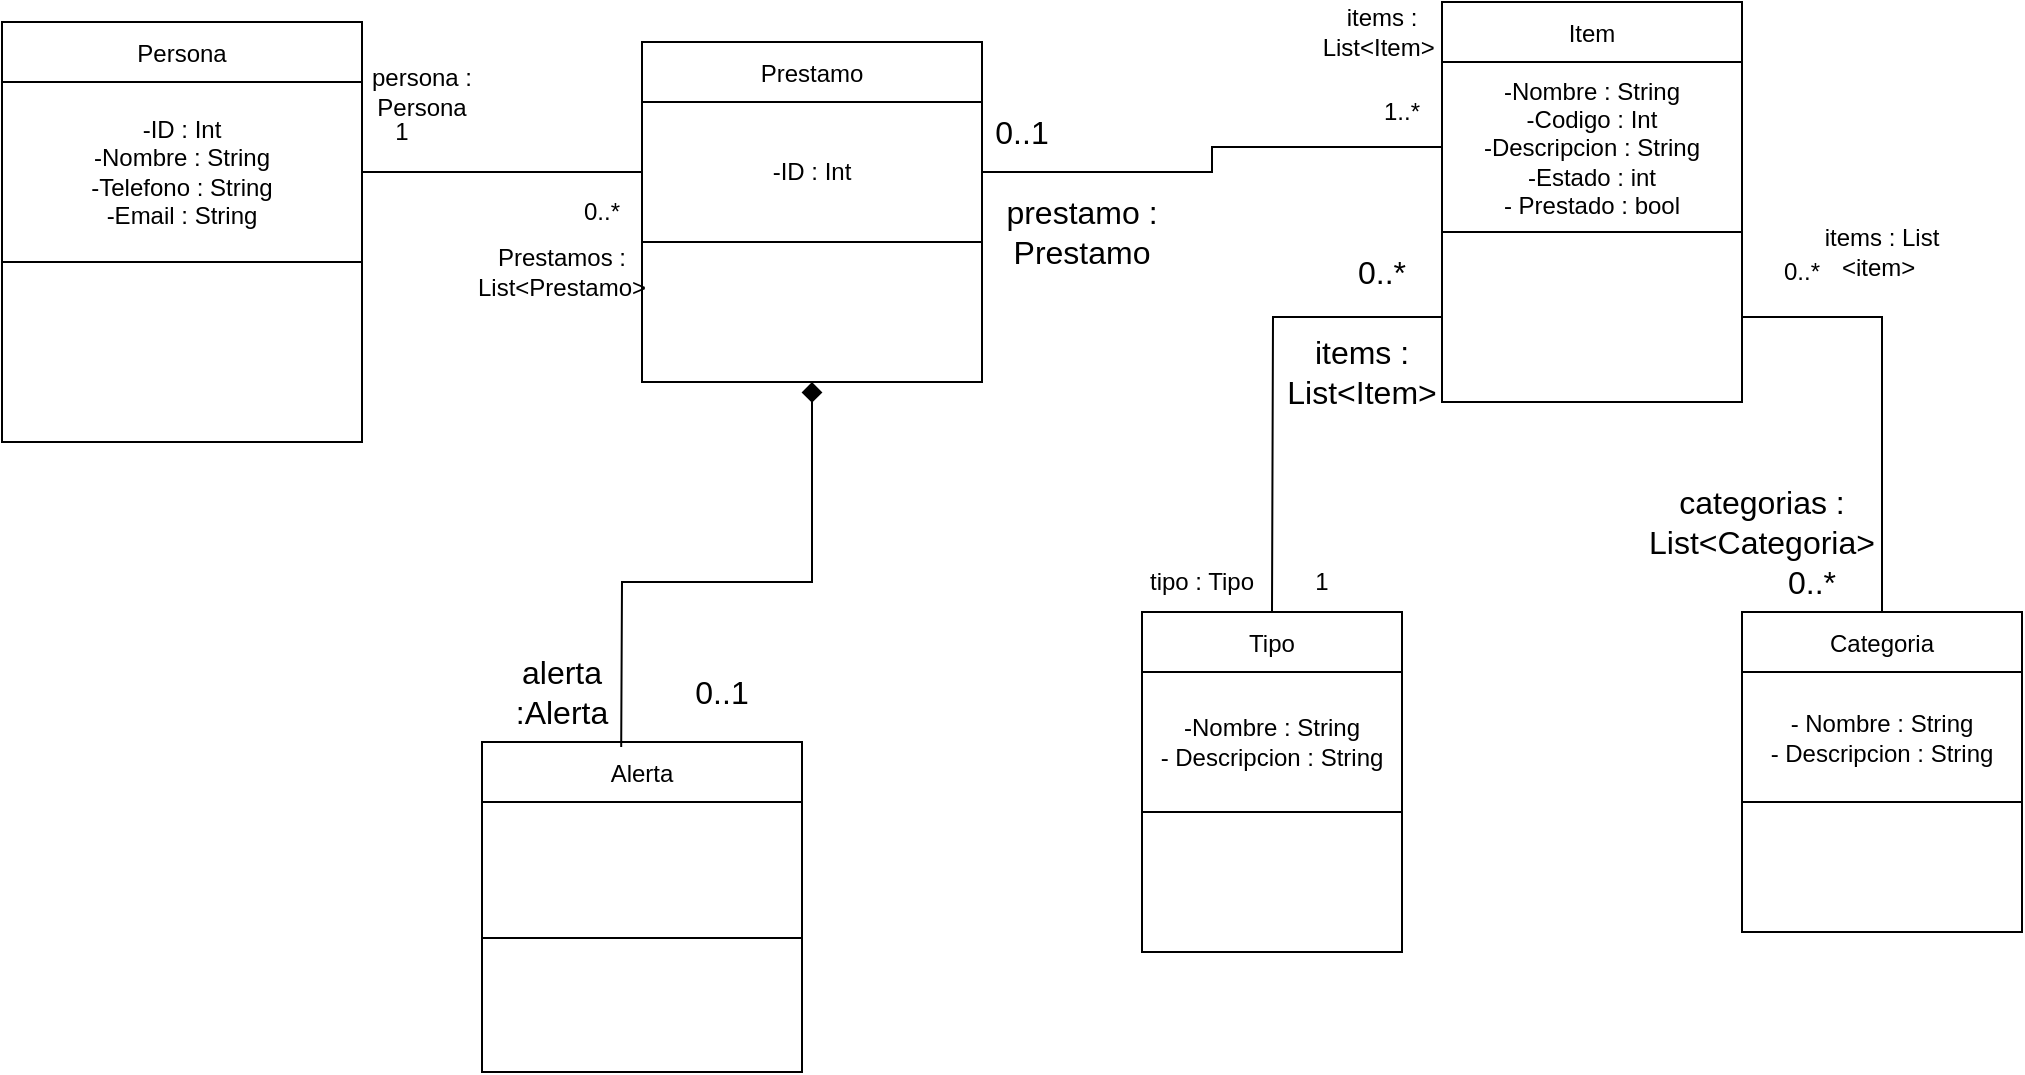
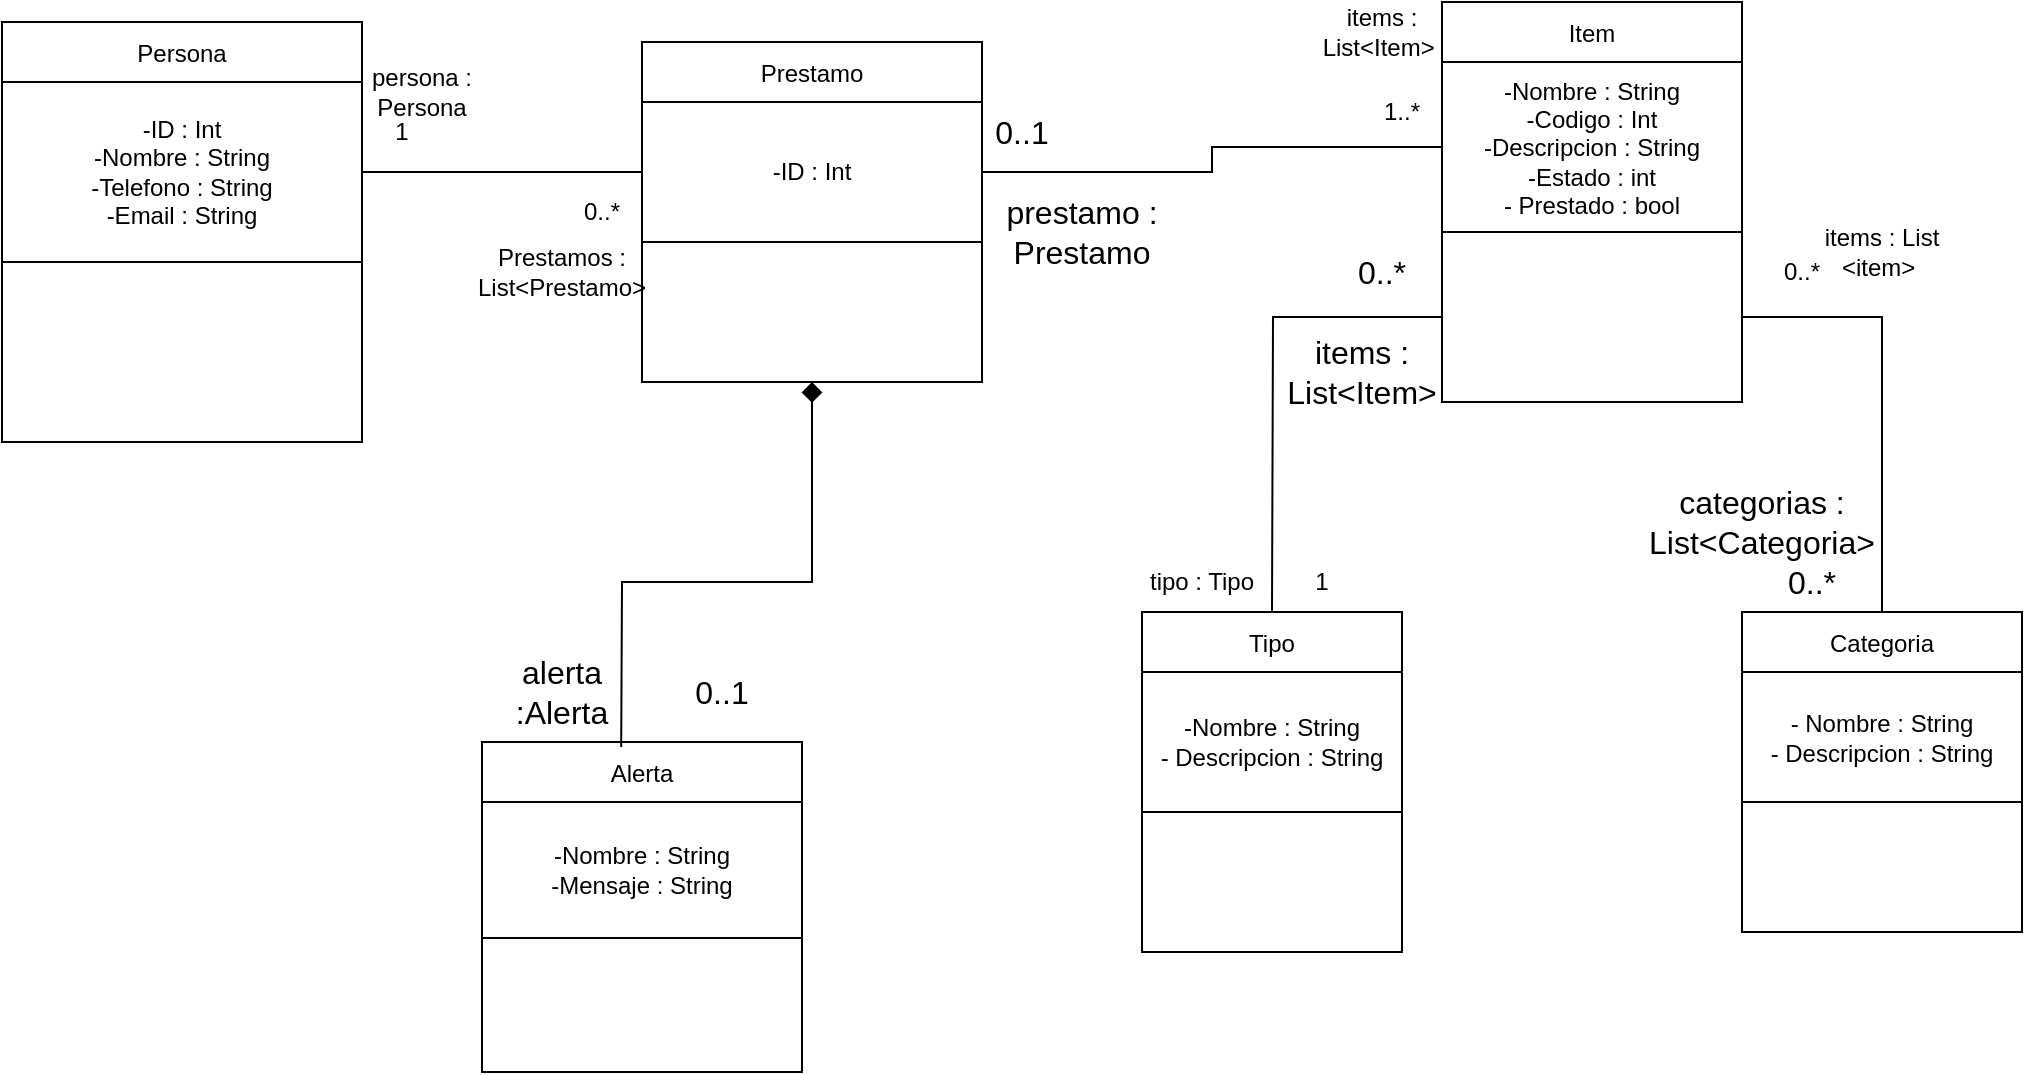
<mxfile host="app.diagrams.net">
  <diagram name="Página-1" id="gEKF-afSuJBGgSwqPxjD">
-     <mxGraphModel dx="873" dy="748" grid="1" gridSize="10" guides="1" tooltips="1" connect="1" arrows="1" fold="1" page="1" pageScale="1" pageWidth="827" pageHeight="1169" math="0" shadow="0">
+     <mxGraphModel dx="1037" dy="571" grid="1" gridSize="10" guides="1" tooltips="1" connect="1" arrows="1" fold="1" page="1" pageScale="1" pageWidth="827" pageHeight="1169" math="0" shadow="0">
      <root>
        <mxCell id="0" />
        <mxCell id="1" parent="0" />
        <mxCell id="4vyR8nRWui6VSePEdvpd-1" parent="1" style="shape=table;startSize=30;container=1;collapsible=0;childLayout=tableLayout;fixedHeader=1;" value="Item" vertex="1">
          <mxGeometry height="200" width="150" x="740" y="30" as="geometry" />
        </mxCell>
        <mxCell id="4vyR8nRWui6VSePEdvpd-2" parent="4vyR8nRWui6VSePEdvpd-1" style="shape=tableRow;horizontal=0;startSize=0;swimlaneHead=0;swimlaneBody=0;strokeColor=inherit;top=0;left=0;bottom=0;right=0;collapsible=0;dropTarget=0;fillColor=none;points=[[0,0.5],[1,0.5]];portConstraint=eastwest;fixedHeader=1;" value="" vertex="1">
          <mxGeometry height="85" width="150" y="30" as="geometry" />
        </mxCell>
        <mxCell id="4vyR8nRWui6VSePEdvpd-3" parent="4vyR8nRWui6VSePEdvpd-2" style="shape=partialRectangle;html=1;whiteSpace=wrap;connectable=0;strokeColor=inherit;overflow=hidden;fillColor=none;top=0;left=0;bottom=0;right=0;pointerEvents=1;" value="-Nombre : String&lt;div&gt;-Codigo : Int&lt;/div&gt;&lt;div&gt;-Descripcion : String&lt;br&gt;-Estado : int&lt;br&gt;- Prestado : bool&lt;/div&gt;" vertex="1">
          <mxGeometry height="85" width="150" as="geometry">
            <mxRectangle height="85" width="150" as="alternateBounds" />
          </mxGeometry>
        </mxCell>
        <mxCell id="4vyR8nRWui6VSePEdvpd-4" parent="4vyR8nRWui6VSePEdvpd-1" style="shape=tableRow;horizontal=0;startSize=0;swimlaneHead=0;swimlaneBody=0;strokeColor=inherit;top=0;left=0;bottom=0;right=0;collapsible=0;dropTarget=0;fillColor=none;points=[[0,0.5],[1,0.5]];portConstraint=eastwest;fixedHeader=1;" value="" vertex="1">
          <mxGeometry height="85" width="150" y="115" as="geometry" />
        </mxCell>
        <mxCell id="4vyR8nRWui6VSePEdvpd-5" parent="4vyR8nRWui6VSePEdvpd-4" style="shape=partialRectangle;html=1;whiteSpace=wrap;connectable=0;strokeColor=inherit;overflow=hidden;fillColor=none;top=0;left=0;bottom=0;right=0;pointerEvents=1;" value="" vertex="1">
          <mxGeometry height="85" width="150" as="geometry">
            <mxRectangle height="85" width="150" as="alternateBounds" />
          </mxGeometry>
        </mxCell>
        <mxCell id="4vyR8nRWui6VSePEdvpd-6" parent="1" style="shape=table;startSize=30;container=1;collapsible=0;childLayout=tableLayout;fixedHeader=1;" value="Persona" vertex="1">
          <mxGeometry height="210" width="180" x="20" y="40" as="geometry" />
        </mxCell>
        <mxCell id="4vyR8nRWui6VSePEdvpd-7" parent="4vyR8nRWui6VSePEdvpd-6" style="shape=tableRow;horizontal=0;startSize=0;swimlaneHead=0;swimlaneBody=0;strokeColor=inherit;top=0;left=0;bottom=0;right=0;collapsible=0;dropTarget=0;fillColor=none;points=[[0,0.5],[1,0.5]];portConstraint=eastwest;fixedHeader=1;" value="" vertex="1">
          <mxGeometry height="90" width="180" y="30" as="geometry" />
        </mxCell>
        <mxCell id="4vyR8nRWui6VSePEdvpd-8" parent="4vyR8nRWui6VSePEdvpd-7" style="shape=partialRectangle;html=1;whiteSpace=wrap;connectable=0;strokeColor=inherit;overflow=hidden;fillColor=none;top=0;left=0;bottom=0;right=0;pointerEvents=1;" value="-ID : Int&lt;div&gt;-Nombre : String&lt;br&gt;-Telefono : String&lt;br&gt;-Email : String&lt;/div&gt;" vertex="1">
          <mxGeometry height="90" width="180" as="geometry">
            <mxRectangle height="90" width="180" as="alternateBounds" />
          </mxGeometry>
        </mxCell>
        <mxCell id="4vyR8nRWui6VSePEdvpd-9" parent="4vyR8nRWui6VSePEdvpd-6" style="shape=tableRow;horizontal=0;startSize=0;swimlaneHead=0;swimlaneBody=0;strokeColor=inherit;top=0;left=0;bottom=0;right=0;collapsible=0;dropTarget=0;fillColor=none;points=[[0,0.5],[1,0.5]];portConstraint=eastwest;fixedHeader=1;" value="" vertex="1">
          <mxGeometry height="90" width="180" y="120" as="geometry" />
        </mxCell>
        <mxCell id="4vyR8nRWui6VSePEdvpd-10" parent="4vyR8nRWui6VSePEdvpd-9" style="shape=partialRectangle;html=1;whiteSpace=wrap;connectable=0;strokeColor=inherit;overflow=hidden;fillColor=none;top=0;left=0;bottom=0;right=0;pointerEvents=1;" value="" vertex="1">
          <mxGeometry height="90" width="180" as="geometry">
            <mxRectangle height="90" width="180" as="alternateBounds" />
          </mxGeometry>
        </mxCell>
        <mxCell id="4vyR8nRWui6VSePEdvpd-11" parent="1" style="shape=table;startSize=30;container=1;collapsible=0;childLayout=tableLayout;fixedHeader=1;" value="Tipo" vertex="1">
          <mxGeometry height="170" width="130" x="590" y="335" as="geometry" />
        </mxCell>
        <mxCell id="4vyR8nRWui6VSePEdvpd-12" parent="4vyR8nRWui6VSePEdvpd-11" style="shape=tableRow;horizontal=0;startSize=0;swimlaneHead=0;swimlaneBody=0;strokeColor=inherit;top=0;left=0;bottom=0;right=0;collapsible=0;dropTarget=0;fillColor=none;points=[[0,0.5],[1,0.5]];portConstraint=eastwest;fixedHeader=1;" value="" vertex="1">
          <mxGeometry height="70" width="130" y="30" as="geometry" />
        </mxCell>
        <mxCell id="4vyR8nRWui6VSePEdvpd-13" parent="4vyR8nRWui6VSePEdvpd-12" style="shape=partialRectangle;html=1;whiteSpace=wrap;connectable=0;strokeColor=inherit;overflow=hidden;fillColor=none;top=0;left=0;bottom=0;right=0;pointerEvents=1;" value="-Nombre : String&lt;br&gt;- Descripcion : String" vertex="1">
          <mxGeometry height="70" width="130" as="geometry">
            <mxRectangle height="70" width="130" as="alternateBounds" />
          </mxGeometry>
        </mxCell>
        <mxCell id="4vyR8nRWui6VSePEdvpd-14" parent="4vyR8nRWui6VSePEdvpd-11" style="shape=tableRow;horizontal=0;startSize=0;swimlaneHead=0;swimlaneBody=0;strokeColor=inherit;top=0;left=0;bottom=0;right=0;collapsible=0;dropTarget=0;fillColor=none;points=[[0,0.5],[1,0.5]];portConstraint=eastwest;fixedHeader=1;" value="" vertex="1">
          <mxGeometry height="70" width="130" y="100" as="geometry" />
        </mxCell>
        <mxCell id="4vyR8nRWui6VSePEdvpd-15" parent="4vyR8nRWui6VSePEdvpd-14" style="shape=partialRectangle;html=1;whiteSpace=wrap;connectable=0;strokeColor=inherit;overflow=hidden;fillColor=none;top=0;left=0;bottom=0;right=0;pointerEvents=1;" value="" vertex="1">
          <mxGeometry height="70" width="130" as="geometry">
            <mxRectangle height="70" width="130" as="alternateBounds" />
          </mxGeometry>
        </mxCell>
        <mxCell id="yxXcuck7RKNR2Met1NWS-10" edge="1" parent="1" source="4vyR8nRWui6VSePEdvpd-16" style="edgeStyle=orthogonalEdgeStyle;rounded=0;orthogonalLoop=1;jettySize=auto;html=1;entryX=1;entryY=0.5;entryDx=0;entryDy=0;endArrow=none;endFill=0;" target="4vyR8nRWui6VSePEdvpd-4">
          <mxGeometry relative="1" as="geometry">
            <mxPoint x="820" y="210" as="targetPoint" />
          </mxGeometry>
        </mxCell>
        <mxCell id="4vyR8nRWui6VSePEdvpd-16" parent="1" style="shape=table;startSize=30;container=1;collapsible=0;childLayout=tableLayout;fixedHeader=1;" value="Categoria" vertex="1">
          <mxGeometry height="160" width="140" x="890" y="335" as="geometry" />
        </mxCell>
        <mxCell id="4vyR8nRWui6VSePEdvpd-17" parent="4vyR8nRWui6VSePEdvpd-16" style="shape=tableRow;horizontal=0;startSize=0;swimlaneHead=0;swimlaneBody=0;strokeColor=inherit;top=0;left=0;bottom=0;right=0;collapsible=0;dropTarget=0;fillColor=none;points=[[0,0.5],[1,0.5]];portConstraint=eastwest;fixedHeader=1;" value="" vertex="1">
          <mxGeometry height="65" width="140" y="30" as="geometry" />
        </mxCell>
        <mxCell id="4vyR8nRWui6VSePEdvpd-18" parent="4vyR8nRWui6VSePEdvpd-17" style="shape=partialRectangle;html=1;whiteSpace=wrap;connectable=0;strokeColor=inherit;overflow=hidden;fillColor=none;top=0;left=0;bottom=0;right=0;pointerEvents=1;" value="- Nombre : String&lt;br&gt;- Descripcion : String" vertex="1">
          <mxGeometry height="65" width="140" as="geometry">
            <mxRectangle height="65" width="140" as="alternateBounds" />
          </mxGeometry>
        </mxCell>
        <mxCell id="4vyR8nRWui6VSePEdvpd-19" parent="4vyR8nRWui6VSePEdvpd-16" style="shape=tableRow;horizontal=0;startSize=0;swimlaneHead=0;swimlaneBody=0;strokeColor=inherit;top=0;left=0;bottom=0;right=0;collapsible=0;dropTarget=0;fillColor=none;points=[[0,0.5],[1,0.5]];portConstraint=eastwest;fixedHeader=1;" value="" vertex="1">
          <mxGeometry height="65" width="140" y="95" as="geometry" />
        </mxCell>
        <mxCell id="4vyR8nRWui6VSePEdvpd-20" parent="4vyR8nRWui6VSePEdvpd-19" style="shape=partialRectangle;html=1;whiteSpace=wrap;connectable=0;strokeColor=inherit;overflow=hidden;fillColor=none;top=0;left=0;bottom=0;right=0;pointerEvents=1;" value="" vertex="1">
          <mxGeometry height="65" width="140" as="geometry">
            <mxRectangle height="65" width="140" as="alternateBounds" />
          </mxGeometry>
        </mxCell>
        <mxCell id="4vyR8nRWui6VSePEdvpd-21" parent="1" style="shape=table;startSize=30;container=1;collapsible=0;childLayout=tableLayout;fixedHeader=1;" value="Prestamo" vertex="1">
          <mxGeometry height="170" width="170" x="340" y="50" as="geometry" />
        </mxCell>
        <mxCell id="4vyR8nRWui6VSePEdvpd-22" parent="4vyR8nRWui6VSePEdvpd-21" style="shape=tableRow;horizontal=0;startSize=0;swimlaneHead=0;swimlaneBody=0;strokeColor=inherit;top=0;left=0;bottom=0;right=0;collapsible=0;dropTarget=0;fillColor=none;points=[[0,0.5],[1,0.5]];portConstraint=eastwest;fixedHeader=1;" value="" vertex="1">
          <mxGeometry height="70" width="170" y="30" as="geometry" />
        </mxCell>
        <mxCell id="4vyR8nRWui6VSePEdvpd-23" parent="4vyR8nRWui6VSePEdvpd-22" style="shape=partialRectangle;html=1;whiteSpace=wrap;connectable=0;strokeColor=inherit;overflow=hidden;fillColor=none;top=0;left=0;bottom=0;right=0;pointerEvents=1;" value="-ID : Int" vertex="1">
          <mxGeometry height="70" width="170" as="geometry">
            <mxRectangle height="70" width="170" as="alternateBounds" />
          </mxGeometry>
        </mxCell>
        <mxCell id="4vyR8nRWui6VSePEdvpd-24" parent="4vyR8nRWui6VSePEdvpd-21" style="shape=tableRow;horizontal=0;startSize=0;swimlaneHead=0;swimlaneBody=0;strokeColor=inherit;top=0;left=0;bottom=0;right=0;collapsible=0;dropTarget=0;fillColor=none;points=[[0,0.5],[1,0.5]];portConstraint=eastwest;fixedHeader=1;" value="" vertex="1">
          <mxGeometry height="70" width="170" y="100" as="geometry" />
        </mxCell>
        <mxCell id="4vyR8nRWui6VSePEdvpd-25" parent="4vyR8nRWui6VSePEdvpd-24" style="shape=partialRectangle;html=1;whiteSpace=wrap;connectable=0;strokeColor=inherit;overflow=hidden;fillColor=none;top=0;left=0;bottom=0;right=0;pointerEvents=1;" value="" vertex="1">
          <mxGeometry height="70" width="170" as="geometry">
            <mxRectangle height="70" width="170" as="alternateBounds" />
          </mxGeometry>
        </mxCell>
        <mxCell id="yxXcuck7RKNR2Met1NWS-1" edge="1" parent="1" source="4vyR8nRWui6VSePEdvpd-22" style="edgeStyle=orthogonalEdgeStyle;rounded=0;orthogonalLoop=1;jettySize=auto;html=1;entryX=1;entryY=0.5;entryDx=0;entryDy=0;startArrow=none;startFill=0;endArrow=none;endFill=0;" target="4vyR8nRWui6VSePEdvpd-7">
          <mxGeometry relative="1" as="geometry" />
        </mxCell>
        <mxCell id="yxXcuck7RKNR2Met1NWS-2" parent="1" style="text;html=1;whiteSpace=wrap;strokeColor=none;fillColor=none;align=center;verticalAlign=middle;rounded=0;" value="persona : Persona" vertex="1">
          <mxGeometry height="30" width="60" x="200" y="60" as="geometry" />
        </mxCell>
        <mxCell id="yxXcuck7RKNR2Met1NWS-3" parent="1" style="text;html=1;whiteSpace=wrap;strokeColor=none;fillColor=none;align=center;verticalAlign=middle;rounded=0;" value="1" vertex="1">
          <mxGeometry height="30" width="60" x="190" y="80" as="geometry" />
        </mxCell>
        <mxCell id="yxXcuck7RKNR2Met1NWS-4" parent="1" style="text;html=1;whiteSpace=wrap;strokeColor=none;fillColor=none;align=center;verticalAlign=middle;rounded=0;" value="Prestamos : List&amp;lt;Prestamo&amp;gt;" vertex="1">
          <mxGeometry height="30" width="60" x="270" y="150" as="geometry" />
        </mxCell>
        <mxCell id="yxXcuck7RKNR2Met1NWS-5" parent="1" style="text;html=1;whiteSpace=wrap;strokeColor=none;fillColor=none;align=center;verticalAlign=middle;rounded=0;" value="0..*" vertex="1">
          <mxGeometry height="30" width="60" x="290" y="120" as="geometry" />
        </mxCell>
        <mxCell id="yxXcuck7RKNR2Met1NWS-6" edge="1" parent="1" source="4vyR8nRWui6VSePEdvpd-22" style="edgeStyle=orthogonalEdgeStyle;rounded=0;orthogonalLoop=1;jettySize=auto;html=1;endArrow=none;endFill=0;exitX=1;exitY=0.5;exitDx=0;exitDy=0;" target="4vyR8nRWui6VSePEdvpd-2">
          <mxGeometry relative="1" as="geometry">
            <mxPoint x="600.0000000000002" y="114.99999999999989" as="sourcePoint" />
          </mxGeometry>
        </mxCell>
        <mxCell id="yxXcuck7RKNR2Met1NWS-7" parent="1" style="text;html=1;whiteSpace=wrap;strokeColor=none;fillColor=none;align=center;verticalAlign=middle;rounded=0;" value="items : List&amp;lt;Item&amp;gt;&amp;nbsp;" vertex="1">
          <mxGeometry height="30" width="60" x="680" y="30" as="geometry" />
        </mxCell>
        <mxCell id="yxXcuck7RKNR2Met1NWS-8" parent="1" style="text;html=1;whiteSpace=wrap;strokeColor=none;fillColor=none;align=center;verticalAlign=middle;rounded=0;" value="1..*" vertex="1">
          <mxGeometry height="30" width="60" x="690" y="70" as="geometry" />
        </mxCell>
        <mxCell id="yxXcuck7RKNR2Met1NWS-9" edge="1" parent="1" source="4vyR8nRWui6VSePEdvpd-4" style="edgeStyle=orthogonalEdgeStyle;rounded=0;orthogonalLoop=1;jettySize=auto;html=1;entryX=0.5;entryY=0;entryDx=0;entryDy=0;endArrow=none;endFill=0;">
          <mxGeometry relative="1" as="geometry">
            <mxPoint x="655.0000000000002" y="335" as="targetPoint" />
          </mxGeometry>
        </mxCell>
        <mxCell id="yxXcuck7RKNR2Met1NWS-11" parent="1" style="text;html=1;whiteSpace=wrap;strokeColor=none;fillColor=none;align=center;verticalAlign=middle;rounded=0;" value="tipo : Tipo" vertex="1">
          <mxGeometry height="30" width="60" x="590" y="305" as="geometry" />
        </mxCell>
        <mxCell id="yxXcuck7RKNR2Met1NWS-12" parent="1" style="text;html=1;whiteSpace=wrap;strokeColor=none;fillColor=none;align=center;verticalAlign=middle;rounded=0;" value="1" vertex="1">
          <mxGeometry height="30" width="60" x="650" y="305" as="geometry" />
        </mxCell>
        <mxCell id="yxXcuck7RKNR2Met1NWS-13" parent="1" style="text;html=1;whiteSpace=wrap;strokeColor=none;fillColor=none;align=center;verticalAlign=middle;rounded=0;" value="&lt;span style=&quot;background-color: transparent; color: light-dark(rgb(0, 0, 0), rgb(255, 255, 255));&quot;&gt;items :&amp;nbsp;&lt;/span&gt;List &amp;lt;item&lt;span style=&quot;color: light-dark(rgb(0, 0, 0), rgb(255, 255, 255)); background-color: transparent;&quot;&gt;&amp;gt;&amp;nbsp;&lt;/span&gt;" vertex="1">
          <mxGeometry height="30" width="60" x="930" y="140" as="geometry" />
        </mxCell>
        <mxCell id="yxXcuck7RKNR2Met1NWS-14" parent="1" style="text;html=1;whiteSpace=wrap;strokeColor=none;fillColor=none;align=center;verticalAlign=middle;rounded=0;" value="0..*" vertex="1">
          <mxGeometry height="30" width="60" x="890" y="150" as="geometry" />
        </mxCell>
        <mxCell id="rHPK8QVkW1MpjsA3PCO0-1" parent="1" style="text;html=1;whiteSpace=wrap;strokeColor=none;fillColor=none;align=center;verticalAlign=middle;rounded=0;fontSize=16;" value="categorias : List&amp;lt;Categoria&amp;gt;" vertex="1">
          <mxGeometry height="60" width="100" x="850" y="260" as="geometry" />
        </mxCell>
        <mxCell id="rHPK8QVkW1MpjsA3PCO0-2" parent="1" style="text;html=1;whiteSpace=wrap;strokeColor=none;fillColor=none;align=center;verticalAlign=middle;rounded=0;fontSize=16;" value="0..*" vertex="1">
          <mxGeometry height="30" width="70" x="890" y="305" as="geometry" />
        </mxCell>
        <mxCell id="rHPK8QVkW1MpjsA3PCO0-3" parent="1" style="text;html=1;whiteSpace=wrap;strokeColor=none;fillColor=none;align=center;verticalAlign=middle;rounded=0;fontSize=16;" value="items : List&amp;lt;Item&amp;gt;" vertex="1">
          <mxGeometry height="30" width="60" x="670" y="200" as="geometry" />
        </mxCell>
        <mxCell id="rHPK8QVkW1MpjsA3PCO0-4" parent="1" style="text;html=1;whiteSpace=wrap;strokeColor=none;fillColor=none;align=center;verticalAlign=middle;rounded=0;fontSize=16;" value="0..*" vertex="1">
          <mxGeometry height="30" width="60" x="680" y="150" as="geometry" />
        </mxCell>
        <mxCell id="rHPK8QVkW1MpjsA3PCO0-5" parent="1" style="shape=table;startSize=30;container=1;collapsible=0;childLayout=tableLayout;fixedHeader=1;" value="Alerta" vertex="1">
          <mxGeometry height="165" width="160" x="260" y="400" as="geometry" />
        </mxCell>
        <mxCell id="rHPK8QVkW1MpjsA3PCO0-6" parent="rHPK8QVkW1MpjsA3PCO0-5" style="shape=tableRow;horizontal=0;startSize=0;swimlaneHead=0;swimlaneBody=0;strokeColor=inherit;top=0;left=0;bottom=0;right=0;collapsible=0;dropTarget=0;fillColor=none;points=[[0,0.5],[1,0.5]];portConstraint=eastwest;fixedHeader=1;" value="" vertex="1">
          <mxGeometry height="68" width="160" y="30" as="geometry" />
        </mxCell>
-         <mxCell id="rHPK8QVkW1MpjsA3PCO0-7" parent="rHPK8QVkW1MpjsA3PCO0-6" style="shape=partialRectangle;html=1;whiteSpace=wrap;connectable=0;strokeColor=inherit;overflow=hidden;fillColor=none;top=0;left=0;bottom=0;right=0;pointerEvents=1;" value="" vertex="1">
+         <mxCell id="rHPK8QVkW1MpjsA3PCO0-7" parent="rHPK8QVkW1MpjsA3PCO0-6" style="shape=partialRectangle;html=1;whiteSpace=wrap;connectable=0;strokeColor=inherit;overflow=hidden;fillColor=none;top=0;left=0;bottom=0;right=0;pointerEvents=1;" value="-Nombre : String&lt;br&gt;-Mensaje : String" vertex="1">
          <mxGeometry height="68" width="160" as="geometry">
            <mxRectangle height="68" width="160" as="alternateBounds" />
          </mxGeometry>
        </mxCell>
        <mxCell id="rHPK8QVkW1MpjsA3PCO0-8" parent="rHPK8QVkW1MpjsA3PCO0-5" style="shape=tableRow;horizontal=0;startSize=0;swimlaneHead=0;swimlaneBody=0;strokeColor=inherit;top=0;left=0;bottom=0;right=0;collapsible=0;dropTarget=0;fillColor=none;points=[[0,0.5],[1,0.5]];portConstraint=eastwest;fixedHeader=1;" value="" vertex="1">
          <mxGeometry height="67" width="160" y="98" as="geometry" />
        </mxCell>
        <mxCell id="rHPK8QVkW1MpjsA3PCO0-9" parent="rHPK8QVkW1MpjsA3PCO0-8" style="shape=partialRectangle;html=1;whiteSpace=wrap;connectable=0;strokeColor=inherit;overflow=hidden;fillColor=none;top=0;left=0;bottom=0;right=0;pointerEvents=1;" value="" vertex="1">
          <mxGeometry height="67" width="160" as="geometry">
            <mxRectangle height="67" width="160" as="alternateBounds" />
          </mxGeometry>
        </mxCell>
        <mxCell id="rHPK8QVkW1MpjsA3PCO0-10" edge="1" parent="1" source="4vyR8nRWui6VSePEdvpd-21" style="edgeStyle=none;curved=0;rounded=0;orthogonalLoop=1;jettySize=auto;html=1;fontSize=12;startSize=8;endSize=8;entryX=0.435;entryY=0.015;entryDx=0;entryDy=0;entryPerimeter=0;endArrow=none;endFill=0;startArrow=diamond;startFill=1;" target="rHPK8QVkW1MpjsA3PCO0-5">
          <mxGeometry relative="1" as="geometry">
            <Array as="points">
              <mxPoint x="425" y="320" />
              <mxPoint x="330" y="320" />
            </Array>
            <mxPoint x="390" y="400" as="targetPoint" />
          </mxGeometry>
        </mxCell>
        <mxCell id="rHPK8QVkW1MpjsA3PCO0-11" parent="1" style="text;html=1;whiteSpace=wrap;strokeColor=none;fillColor=none;align=center;verticalAlign=middle;rounded=0;fontSize=16;" value="alerta :Alerta" vertex="1">
          <mxGeometry height="30" width="60" x="270" y="360" as="geometry" />
        </mxCell>
        <mxCell id="rHPK8QVkW1MpjsA3PCO0-12" parent="1" style="text;html=1;whiteSpace=wrap;strokeColor=none;fillColor=none;align=center;verticalAlign=middle;rounded=0;fontSize=16;" value="0..1" vertex="1">
          <mxGeometry height="30" width="60" x="350" y="360" as="geometry" />
        </mxCell>
        <mxCell id="rHPK8QVkW1MpjsA3PCO0-17" parent="1" style="text;html=1;whiteSpace=wrap;strokeColor=none;fillColor=none;align=center;verticalAlign=middle;rounded=0;fontSize=16;" value="0..1" vertex="1">
          <mxGeometry height="30" width="60" x="500" y="80" as="geometry" />
        </mxCell>
        <mxCell id="rHPK8QVkW1MpjsA3PCO0-18" parent="1" style="text;html=1;whiteSpace=wrap;strokeColor=none;fillColor=none;align=center;verticalAlign=middle;rounded=0;fontSize=16;" value="prestamo : Prestamo" vertex="1">
          <mxGeometry height="30" width="80" x="520" y="130" as="geometry" />
        </mxCell>
      </root>
    </mxGraphModel>
  </diagram>
</mxfile>
